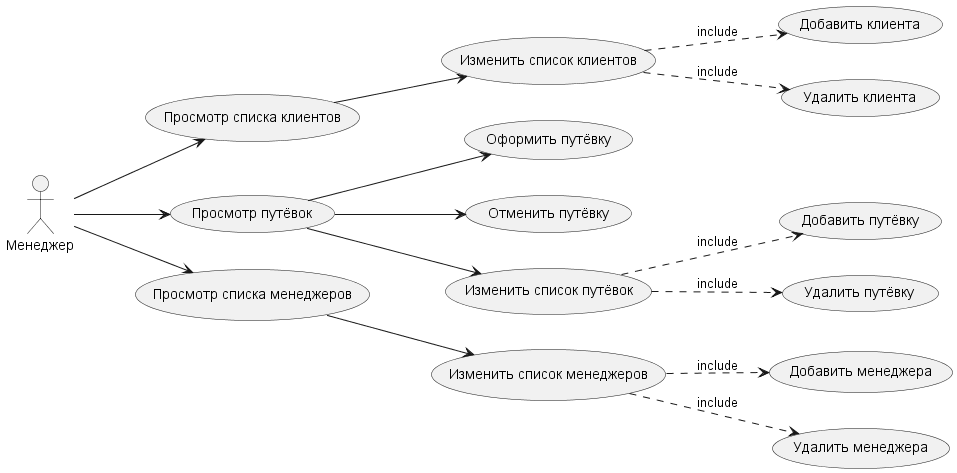
ILY865/lab2 keeps this PlantUML diagram as docs/diagrams/use_case_manager.png. Above is the earlier version. Source of this version:
```plantuml
@startuml
left to right direction
skinparam packageStyle rectangle

actor "Менеджер" as Manager

usecase "Просмотр списка клиентов" as UC_ViewClients
usecase "Изменить список клиентов" as UC_EditClients
usecase "Добавить клиента" as UC_AddClient
usecase "Удалить клиента" as UC_DelClient

usecase "Просмотр путёвок" as UC_ViewTours
usecase "Оформить путёвку" as UC_Order
usecase "Отменить путёвку" as UC_Cancel
usecase "Изменить список путёвок" as UC_EditTours
usecase "Добавить путёвку" as UC_AddTour
usecase "Удалить путёвку" as UC_DelTour

usecase "Просмотр списка менеджеров" as UC_ViewManagers
usecase "Изменить список менеджеров" as UC_EditManagers
usecase "Добавить менеджера" as UC_AddManager
usecase "Удалить менеджера" as UC_DelManager

Manager --> UC_ViewClients
UC_ViewClients --> UC_EditClients
UC_EditClients ..> UC_AddClient : include
UC_EditClients ..> UC_DelClient : include

Manager --> UC_ViewTours
UC_ViewTours --> UC_Order
UC_ViewTours --> UC_Cancel
UC_ViewTours --> UC_EditTours
UC_EditTours ..> UC_AddTour : include
UC_EditTours ..> UC_DelTour : include

Manager --> UC_ViewManagers
UC_ViewManagers --> UC_EditManagers
UC_EditManagers ..> UC_AddManager : include
UC_EditManagers ..> UC_DelManager : include

@enduml
```
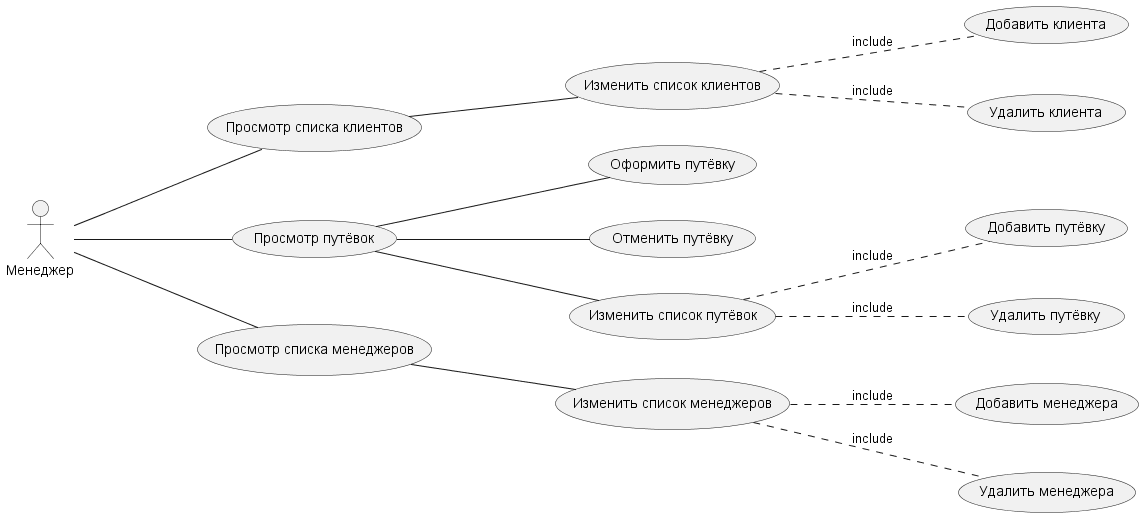
After the commit.

Commit message:
Исправлена структура проекта, обновлены ER и Use Case диаграммы, добавлен баланс и цены в БД

What changed in the source:
```diff
@@ -21,21 +21,21 @@
 usecase "Добавить менеджера" as UC_AddManager
 usecase "Удалить менеджера" as UC_DelManager
 
-Manager --> UC_ViewClients
-UC_ViewClients --> UC_EditClients
-UC_EditClients ..> UC_AddClient : include
-UC_EditClients ..> UC_DelClient : include
+Manager --- UC_ViewClients
+UC_ViewClients --- UC_EditClients
+UC_EditClients ... UC_AddClient : include
+UC_EditClients ... UC_DelClient : include
 
-Manager --> UC_ViewTours
-UC_ViewTours --> UC_Order
-UC_ViewTours --> UC_Cancel
-UC_ViewTours --> UC_EditTours
-UC_EditTours ..> UC_AddTour : include
-UC_EditTours ..> UC_DelTour : include
+Manager --- UC_ViewTours
+UC_ViewTours --- UC_Order
+UC_ViewTours --- UC_Cancel
+UC_ViewTours --- UC_EditTours
+UC_EditTours ... UC_AddTour : include
+UC_EditTours ... UC_DelTour : include
 
-Manager --> UC_ViewManagers
-UC_ViewManagers --> UC_EditManagers
-UC_EditManagers ..> UC_AddManager : include
-UC_EditManagers ..> UC_DelManager : include
+Manager --- UC_ViewManagers
+UC_ViewManagers --- UC_EditManagers
+UC_EditManagers ... UC_AddManager : include
+UC_EditManagers ... UC_DelManager : include
 
 @enduml
```
